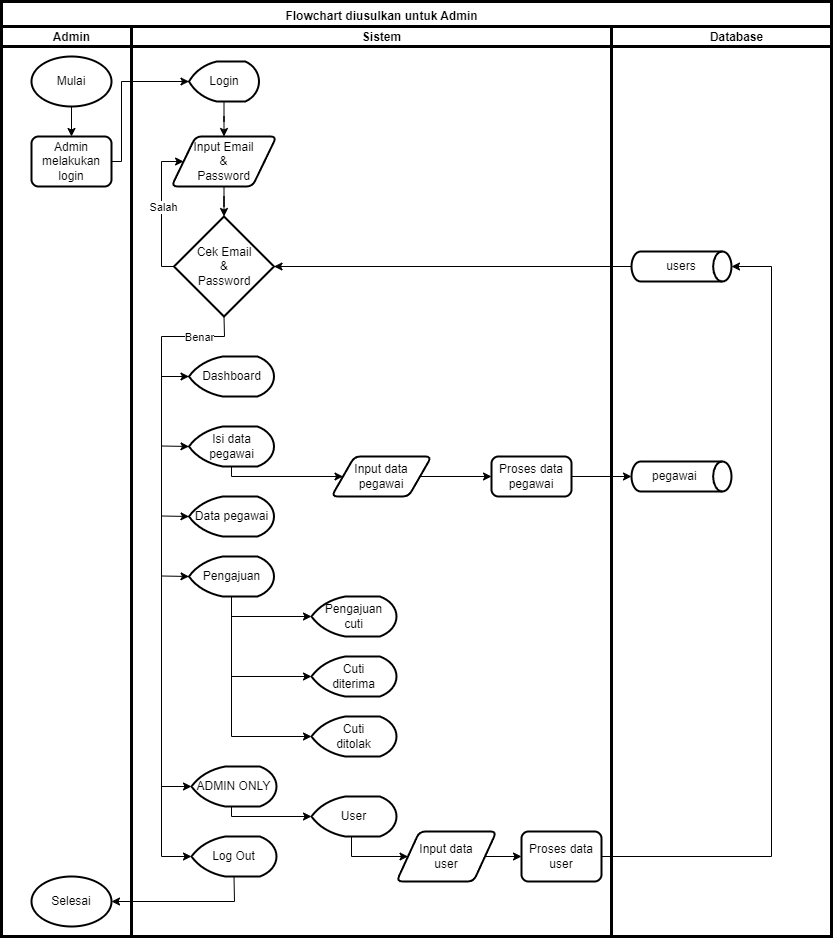
Before: draw_io/flowchart admin.drawio.png, a diagram exported from draw.io (PWira/Cuti-Pegawai-RRI). Source tidied: cells renumbered, new cells last; positions are measured from the earlier drawing's top-left corner, leaving out a move shared by most shapes.
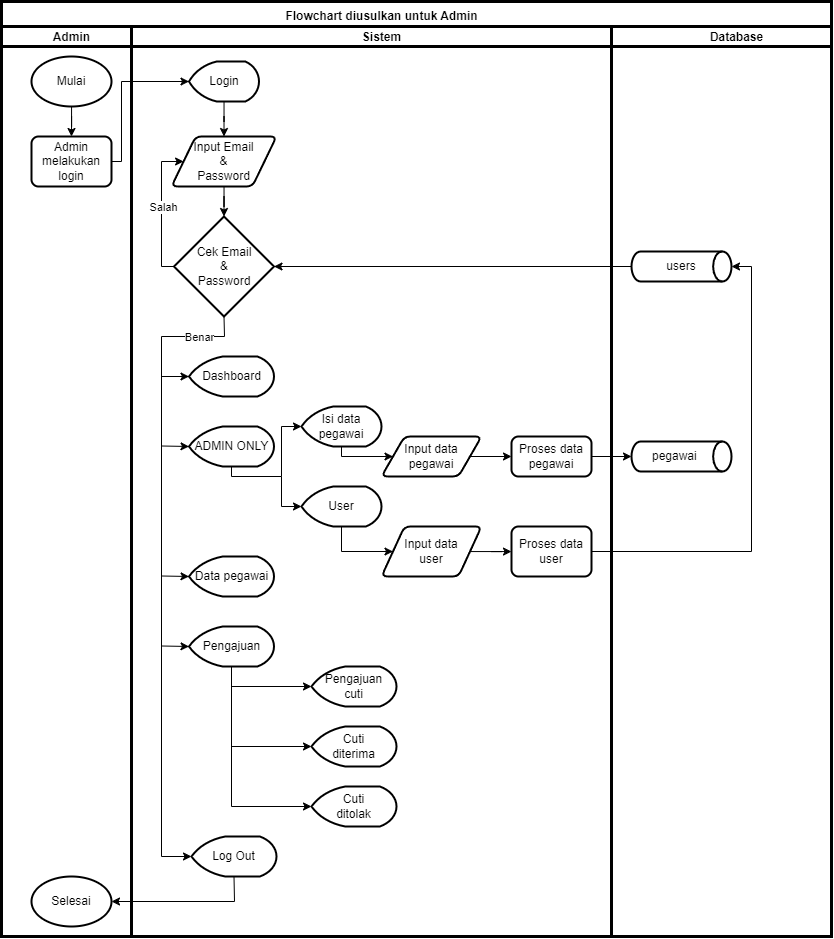
Above is the later version.

What changed in the source:
```diff
@@ -38,16 +38,16 @@
       </mxGeometry>
     </mxCell>
     <mxCell id="12" value="Isi data&lt;div&gt;pegawai&lt;/div&gt;" style="strokeWidth=2;html=1;shape=mxgraph.flowchart.display;whiteSpace=wrap;" parent="1" vertex="1">
-      <mxGeometry x="187.5" y="425" width="85" height="40" as="geometry" />
+      <mxGeometry x="300" y="405" width="80" height="40" as="geometry" />
     </mxCell>
     <mxCell id="13" value="Data pegawai" style="strokeWidth=2;html=1;shape=mxgraph.flowchart.display;whiteSpace=wrap;" parent="1" vertex="1">
-      <mxGeometry x="187.5" y="495" width="85" height="40" as="geometry" />
+      <mxGeometry x="187.5" y="555" width="85" height="40" as="geometry" />
     </mxCell>
     <mxCell id="14" value="Pengajuan" style="strokeWidth=2;html=1;shape=mxgraph.flowchart.display;whiteSpace=wrap;" parent="1" vertex="1">
-      <mxGeometry x="187.5" y="555" width="85" height="40" as="geometry" />
+      <mxGeometry x="187.5" y="625" width="85" height="40" as="geometry" />
     </mxCell>
     <mxCell id="15" value="ADMIN ONLY" style="strokeWidth=2;html=1;shape=mxgraph.flowchart.display;whiteSpace=wrap;" parent="1" vertex="1">
-      <mxGeometry x="190" y="765" width="85" height="40" as="geometry" />
+      <mxGeometry x="187.5" y="425" width="85" height="40" as="geometry" />
     </mxCell>
     <mxCell id="16" style="endArrow=classic;html=1;rounded=0;exitX=0;exitY=0.5;exitDx=0;exitDy=0;exitPerimeter=0;entryX=0;entryY=0.5;entryDx=0;entryDy=0;" parent="1" edge="1" source="8" target="7">
       <mxGeometry relative="1" as="geometry">
@@ -87,24 +87,19 @@
     </mxCell>
     <mxCell id="23" style="endArrow=classic;html=1;rounded=0;entryX=0;entryY=0.5;entryDx=0;entryDy=0;entryPerimeter=0;" parent="1" edge="1" target="14">
       <mxGeometry relative="1" as="geometry">
-        <mxPoint x="160" y="574.5" as="sourcePoint" />
+        <mxPoint x="160" y="644.5" as="sourcePoint" />
       </mxGeometry>
     </mxCell>
-    <mxCell id="24" style="endArrow=classic;html=1;rounded=0;entryX=0;entryY=0.5;entryDx=0;entryDy=0;entryPerimeter=0;" parent="1" edge="1" target="12">
+    <mxCell id="24" style="endArrow=classic;html=1;rounded=0;entryX=0;entryY=0.5;entryDx=0;entryDy=0;entryPerimeter=0;" parent="1" edge="1" target="15">
       <mxGeometry relative="1" as="geometry">
         <mxPoint x="160" y="444.5" as="sourcePoint" />
       </mxGeometry>
     </mxCell>
     <mxCell id="25" style="endArrow=classic;html=1;rounded=0;entryX=0;entryY=0.5;entryDx=0;entryDy=0;entryPerimeter=0;" parent="1" edge="1" target="13">
       <mxGeometry relative="1" as="geometry">
-        <mxPoint x="160" y="514.5" as="sourcePoint" />
+        <mxPoint x="160" y="574.5" as="sourcePoint" />
       </mxGeometry>
     </mxCell>
-    <mxCell id="26" style="endArrow=classic;html=1;rounded=0;entryX=0;entryY=0.5;entryDx=0;entryDy=0;entryPerimeter=0;" parent="1" edge="1" target="15">
-      <mxGeometry relative="1" as="geometry">
-        <mxPoint x="160" y="785" as="sourcePoint" />
-      </mxGeometry>
-    </mxCell>
     <mxCell id="27" style="edgeStyle=orthogonalEdgeStyle;rounded=0;jettySize=auto;html=1;entryX=1;entryY=0.5;entryDx=0;entryDy=0;entryPerimeter=0;" parent="1" edge="1" source="9" target="8">
       <mxGeometry relative="1" as="geometry" />
     </mxCell>
@@ -112,86 +107,71 @@
       <mxGeometry relative="1" as="geometry" />
     </mxCell>
     <mxCell id="29" value="Input data&lt;div&gt;pegawai&lt;/div&gt;" style="shape=parallelogram;html=1;strokeWidth=2;perimeter=parallelogramPerimeter;whiteSpace=wrap;rounded=1;arcSize=12;size=0.23;" parent="1" vertex="1">
-      <mxGeometry x="330" y="455" width="100" height="40" as="geometry" />
+      <mxGeometry x="380" y="435" width="100" height="40" as="geometry" />
     </mxCell>
     <mxCell id="30" value="Proses data&lt;div&gt;pegawai&lt;/div&gt;" style="rounded=1;whiteSpace=wrap;html=1;absoluteArcSize=1;arcSize=14;strokeWidth=2;" parent="1" vertex="1">
-      <mxGeometry x="490" y="455" width="80" height="40" as="geometry" />
+      <mxGeometry x="510" y="435" width="80" height="40" as="geometry" />
     </mxCell>
     <mxCell id="31" style="endArrow=classic;html=1;rounded=0;entryX=0;entryY=0.5;entryDx=0;entryDy=0;exitX=0.5;exitY=1;exitDx=0;exitDy=0;exitPerimeter=0;" parent="1" edge="1" source="12" target="29">
       <mxGeometry relative="1" as="geometry">
         <Array as="points">
-          <mxPoint x="230" y="475" />
+          <mxPoint x="340" y="455" />
         </Array>
       </mxGeometry>
     </mxCell>
     <mxCell id="32" value="pegawai&amp;nbsp; &amp;nbsp;&amp;nbsp;" style="strokeWidth=2;html=1;shape=mxgraph.flowchart.direct_data;whiteSpace=wrap;" parent="1" vertex="1">
-      <mxGeometry x="630" y="460" width="100" height="30" as="geometry" />
+      <mxGeometry x="630" y="440" width="100" height="30" as="geometry" />
     </mxCell>
     <mxCell id="33" style="edgeStyle=orthogonalEdgeStyle;rounded=0;jettySize=auto;html=1;entryX=0;entryY=0.5;entryDx=0;entryDy=0;entryPerimeter=0;" parent="1" edge="1" source="30" target="32">
       <mxGeometry relative="1" as="geometry" />
     </mxCell>
     <mxCell id="34" value="Cuti&lt;div&gt;diterima&lt;/div&gt;" style="strokeWidth=2;html=1;shape=mxgraph.flowchart.display;whiteSpace=wrap;" parent="1" vertex="1">
-      <mxGeometry x="310" y="655" width="85" height="40" as="geometry" />
+      <mxGeometry x="310" y="725" width="85" height="40" as="geometry" />
     </mxCell>
     <mxCell id="35" value="Pengajuan&lt;div&gt;cuti&lt;/div&gt;" style="strokeWidth=2;html=1;shape=mxgraph.flowchart.display;whiteSpace=wrap;" parent="1" vertex="1">
-      <mxGeometry x="310" y="595" width="85" height="40" as="geometry" />
+      <mxGeometry x="310" y="665" width="85" height="40" as="geometry" />
     </mxCell>
     <mxCell id="36" value="Cuti&lt;div&gt;ditolak&lt;/div&gt;" style="strokeWidth=2;html=1;shape=mxgraph.flowchart.display;whiteSpace=wrap;" parent="1" vertex="1">
-      <mxGeometry x="310" y="715" width="85" height="40" as="geometry" />
+      <mxGeometry x="310" y="785" width="85" height="40" as="geometry" />
     </mxCell>
     <mxCell id="37" style="endArrow=classic;html=1;rounded=0;exitX=0.5;exitY=1;exitDx=0;exitDy=0;exitPerimeter=0;entryX=0;entryY=0.5;entryDx=0;entryDy=0;entryPerimeter=0;" parent="1" edge="1" source="14" target="36">
       <mxGeometry relative="1" as="geometry">
         <Array as="points">
-          <mxPoint x="230" y="735" />
+          <mxPoint x="230" y="805" />
         </Array>
       </mxGeometry>
     </mxCell>
     <mxCell id="38" style="endArrow=classic;html=1;rounded=0;entryX=0;entryY=0.5;entryDx=0;entryDy=0;entryPerimeter=0;" parent="1" edge="1" target="35">
       <mxGeometry relative="1" as="geometry">
-        <mxPoint x="230" y="615" as="sourcePoint" />
+        <mxPoint x="230" y="685" as="sourcePoint" />
       </mxGeometry>
     </mxCell>
     <mxCell id="39" style="endArrow=classic;html=1;rounded=0;entryX=0;entryY=0.5;entryDx=0;entryDy=0;entryPerimeter=0;" parent="1" edge="1" target="34">
       <mxGeometry relative="1" as="geometry">
-        <mxPoint x="230" y="675" as="sourcePoint" />
+        <mxPoint x="230" y="745" as="sourcePoint" />
       </mxGeometry>
     </mxCell>
     <mxCell id="40" value="User" style="strokeWidth=2;html=1;shape=mxgraph.flowchart.display;whiteSpace=wrap;" parent="1" vertex="1">
-      <mxGeometry x="310" y="795" width="85" height="40" as="geometry" />
+      <mxGeometry x="300" y="485" width="80" height="40" as="geometry" />
     </mxCell>
     <mxCell id="41" style="endArrow=classic;html=1;rounded=0;exitX=0.5;exitY=1;exitDx=0;exitDy=0;exitPerimeter=0;entryX=0;entryY=0.5;entryDx=0;entryDy=0;entryPerimeter=0;" parent="1" edge="1" source="15" target="40">
       <mxGeometry relative="1" as="geometry">
         <Array as="points">
-          <mxPoint x="230" y="805" />
-          <mxPoint x="230" y="815" />
+          <mxPoint x="230" y="475" />
+          <mxPoint x="280" y="475" />
+          <mxPoint x="280" y="505" />
         </Array>
       </mxGeometry>
     </mxCell>
-    <mxCell id="42" style="edgeStyle=orthogonalEdgeStyle;rounded=0;jettySize=auto;html=1;entryX=0;entryY=0.5;entryDx=0;entryDy=0;" parent="1" edge="1" source="43" target="44">
+    <mxCell id="42" style="edgeStyle=orthogonalEdgeStyle;rounded=0;jettySize=auto;html=1;" parent="1" edge="1" source="43" target="44">
       <mxGeometry relative="1" as="geometry" />
     </mxCell>
     <mxCell id="43" value="Input data&lt;div&gt;user&lt;/div&gt;" style="shape=parallelogram;html=1;strokeWidth=2;perimeter=parallelogramPerimeter;whiteSpace=wrap;rounded=1;arcSize=12;size=0.23;" parent="1" vertex="1">
-      <mxGeometry x="395" y="830" width="100" height="50" as="geometry" />
+      <mxGeometry x="380" y="525" width="100" height="50" as="geometry" />
     </mxCell>
     <mxCell id="44" value="Proses data&lt;div&gt;user&lt;/div&gt;" style="rounded=1;whiteSpace=wrap;html=1;absoluteArcSize=1;arcSize=14;strokeWidth=2;" parent="1" vertex="1">
-      <mxGeometry x="520" y="830" width="80" height="50" as="geometry" />
+      <mxGeometry x="510" y="525" width="80" height="50" as="geometry" />
     </mxCell>
-    <mxCell id="45" style="edgeStyle=orthogonalEdgeStyle;rounded=0;jettySize=auto;html=1;entryX=1;entryY=0.5;entryDx=0;entryDy=0;entryPerimeter=0;exitX=1;exitY=0.5;exitDx=0;exitDy=0;" parent="1" edge="1" source="44" target="9">
-      <mxGeometry relative="1" as="geometry">
-        <Array as="points">
-          <mxPoint x="770" y="855" />
-          <mxPoint x="770" y="265" />
-        </Array>
-      </mxGeometry>
-    </mxCell>
-    <mxCell id="46" style="endArrow=classic;html=1;rounded=0;exitX=0.5;exitY=1;exitDx=0;exitDy=0;exitPerimeter=0;entryX=0;entryY=0.5;entryDx=0;entryDy=0;" parent="1" edge="1" source="40" target="43">
-      <mxGeometry relative="1" as="geometry">
-        <Array as="points">
-          <mxPoint x="350" y="835" />
-          <mxPoint x="350" y="855" />
-        </Array>
-      </mxGeometry>
-    </mxCell>
     <mxCell id="47" value="Selesai" style="strokeWidth=2;html=1;shape=mxgraph.flowchart.start_1;whiteSpace=wrap;" parent="1" vertex="1">
       <mxGeometry x="30" y="875" width="80" height="50" as="geometry" />
     </mxCell>
@@ -241,5 +221,28 @@
     <mxCell id="57" value="Flowchart diusulkan untuk Admin" style="text;html=1;align=center;verticalAlign=middle;strokeColor=none;fillColor=none;fontStyle=1;" parent="1" vertex="1">
       <mxGeometry x="280" width="200" height="30" as="geometry" />
     </mxCell>
+    <mxCell id="45" style="endArrow=classic;html=1;rounded=0;exitX=1;exitY=0.5;exitDx=0;exitDy=0;entryX=1;entryY=0.5;entryDx=0;entryDy=0;entryPerimeter=0;" parent="1" edge="1" source="44" target="9">
+      <mxGeometry relative="1" as="geometry">
+        <Array as="points">
+          <mxPoint x="750" y="550" />
+          <mxPoint x="750" y="265" />
+        </Array>
+      </mxGeometry>
+    </mxCell>
+    <mxCell id="46" style="endArrow=classic;html=1;rounded=0;exitX=0.5;exitY=1;exitDx=0;exitDy=0;exitPerimeter=0;entryX=0;entryY=0.5;entryDx=0;entryDy=0;" parent="1" edge="1" source="40" target="43">
+      <mxGeometry relative="1" as="geometry">
+        <Array as="points">
+          <mxPoint x="340" y="550" />
+        </Array>
+      </mxGeometry>
+    </mxCell>
+    <mxCell id="58" style="endArrow=classic;html=1;rounded=0;entryX=0;entryY=0.5;entryDx=0;entryDy=0;entryPerimeter=0;" parent="1" edge="1" target="12">
+      <mxGeometry relative="1" as="geometry">
+        <mxPoint x="280" y="475" as="sourcePoint" />
+        <Array as="points">
+          <mxPoint x="280" y="425" />
+        </Array>
+      </mxGeometry>
+    </mxCell>
   </root>
 </mxGraphModel>
```
